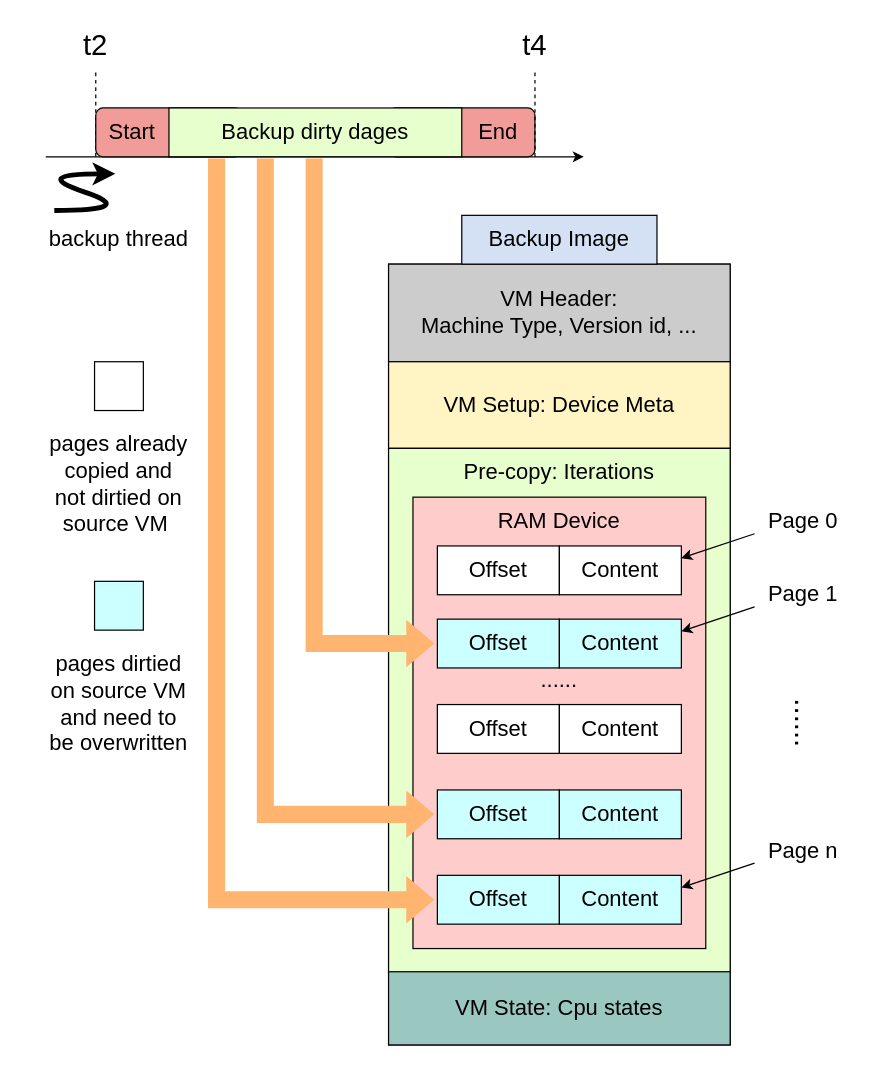
Before: qemu-migration/final/backup img + replay 2.drawio in xuyizhe1999/drawio, a draw.io diagram. Source tidied: cells renumbered, new cells numbered last; positions are measured from the earlier drawing's top-left corner, leaving out a move shared by most shapes. Both pictures are drawn from the tidied source at 122%, with x=0, y=0 at pixel (21, 21).
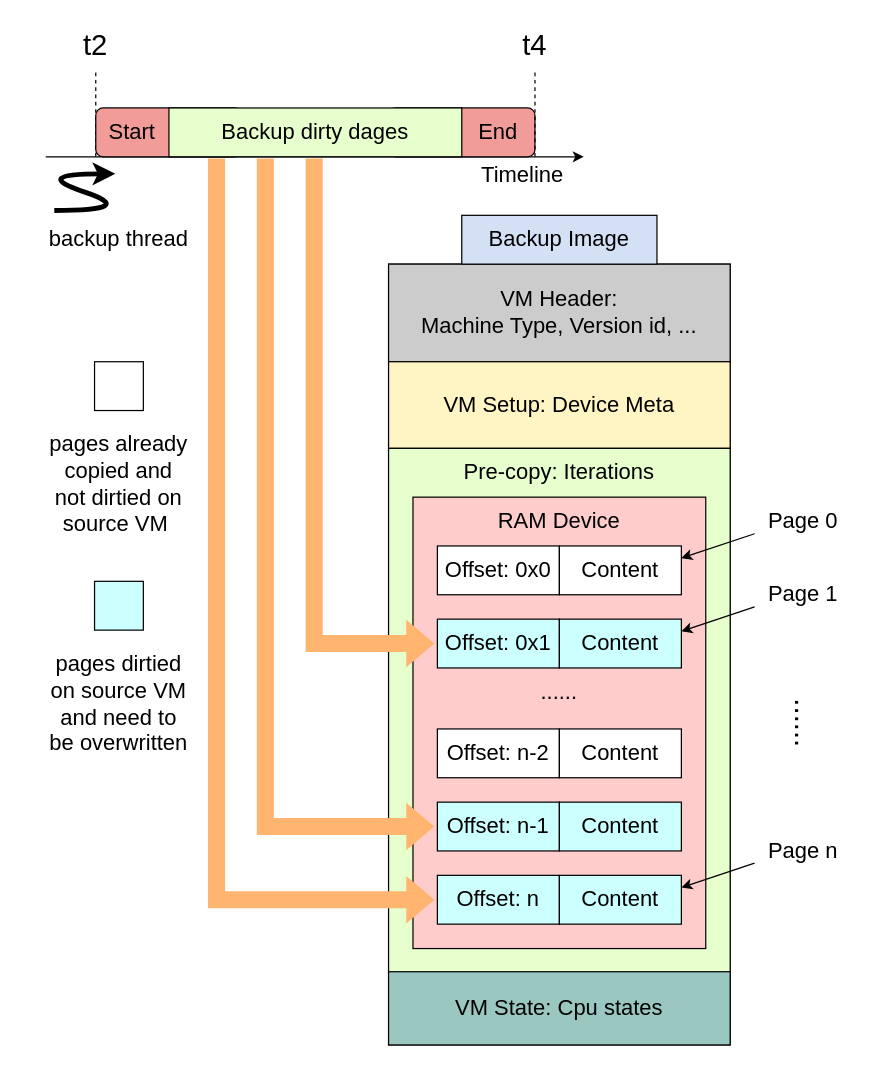
Above is the later version.

What changed in the source:
```diff
@@
-    <mxCell id="8" value="&lt;font style=&quot;font-size: 18px;&quot;&gt;Offset&lt;/font&gt;" style="rounded=0;whiteSpace=wrap;html=1;" parent="1" vertex="1">
+    <mxCell id="8" value="&lt;font style=&quot;font-size: 18px;&quot;&gt;Offset: 0x0&lt;/font&gt;" style="rounded=0;whiteSpace=wrap;html=1;" parent="1" vertex="1">
       <mxGeometry x="341" y="430" width="100" height="40" as="geometry" />
     </mxCell>
@@
-    <mxCell id="11" value="&lt;font style=&quot;font-size: 18px;&quot;&gt;Offset&lt;/font&gt;" style="rounded=0;whiteSpace=wrap;html=1;fillColor=#CCFFFF;" parent="1" vertex="1">
+    <mxCell id="11" value="&lt;font style=&quot;font-size: 18px;&quot;&gt;Offset: 0x1&lt;/font&gt;" style="rounded=0;whiteSpace=wrap;html=1;fillColor=#CCFFFF;" parent="1" vertex="1">
       <mxGeometry x="341" y="490" width="100" height="40" as="geometry" />
     </mxCell>
@@
     <mxCell id="13" value="&lt;font style=&quot;font-size: 18px;&quot;&gt;......&lt;/font&gt;" style="text;html=1;strokeColor=none;fillColor=none;align=center;verticalAlign=middle;whiteSpace=wrap;rounded=0;" parent="1" vertex="1">
-      <mxGeometry x="411" y="530" width="60" height="20" as="geometry" />
+      <mxGeometry x="411" y="540" width="60" height="20" as="geometry" />
     </mxCell>
-    <mxCell id="14" value="&lt;font style=&quot;font-size: 18px;&quot;&gt;Offset&lt;/font&gt;" style="rounded=0;whiteSpace=wrap;html=1;fillColor=#CCFFFF;" parent="1" vertex="1">
+    <mxCell id="14" value="&lt;font style=&quot;font-size: 18px;&quot;&gt;Offset: n&lt;/font&gt;" style="rounded=0;whiteSpace=wrap;html=1;fillColor=#CCFFFF;" parent="1" vertex="1">
       <mxGeometry x="341" y="700" width="100" height="40" as="geometry" />
     </mxCell>
@@
-    <mxCell id="35" value="&lt;font style=&quot;font-size: 18px;&quot;&gt;Offset&lt;/font&gt;" style="rounded=0;whiteSpace=wrap;html=1;" parent="1" vertex="1">
-      <mxGeometry x="341" y="560" width="100" height="40" as="geometry" />
+    <mxCell id="35" value="&lt;font style=&quot;font-size: 18px;&quot;&gt;Offset: n-2&lt;/font&gt;" style="rounded=0;whiteSpace=wrap;html=1;" parent="1" vertex="1">
+      <mxGeometry x="341" y="580" width="100" height="40" as="geometry" />
     </mxCell>
     <mxCell id="36" value="&lt;font style=&quot;font-size: 18px;&quot;&gt;Content&lt;/font&gt;" style="rounded=0;whiteSpace=wrap;html=1;" parent="1" vertex="1">
-      <mxGeometry x="441" y="560" width="100" height="40" as="geometry" />
+      <mxGeometry x="441" y="580" width="100" height="40" as="geometry" />
     </mxCell>
-    <mxCell id="37" value="&lt;font style=&quot;font-size: 18px;&quot;&gt;Offset&lt;/font&gt;" style="rounded=0;whiteSpace=wrap;html=1;fillColor=#CCFFFF;" parent="1" vertex="1">
-      <mxGeometry x="341" y="630" width="100" height="40" as="geometry" />
+    <mxCell id="37" value="&lt;span style=&quot;font-size: 18px;&quot;&gt;Offset: n-1&lt;/span&gt;" style="rounded=0;whiteSpace=wrap;html=1;fillColor=#CCFFFF;" parent="1" vertex="1">
+      <mxGeometry x="341" y="640" width="100" height="40" as="geometry" />
     </mxCell>
     <mxCell id="38" value="&lt;font style=&quot;font-size: 18px;&quot;&gt;Content&lt;/font&gt;" style="rounded=0;whiteSpace=wrap;html=1;fillColor=#CCFFFF;" parent="1" vertex="1">
-      <mxGeometry x="441" y="630" width="100" height="40" as="geometry" />
+      <mxGeometry x="441" y="640" width="100" height="40" as="geometry" />
     </mxCell>
     <mxCell id="39" style="shape=flexArrow;endArrow=classic;html=1;rounded=0;entryX=0;entryY=0.5;entryDx=0;entryDy=0;strokeColor=none;fillColor=#FFB570;strokeWidth=5;" parent="1" edge="1" target="37">
       <mxGeometry relative="1" as="geometry">
         <mxPoint x="200" y="110" as="sourcePoint" />
         <Array as="points">
-          <mxPoint x="200" y="650" />
+          <mxPoint x="200" y="660" />
         </Array>
       </mxGeometry>
     </mxCell>
@@
+    <mxCell id="48" value="Timeline" style="text;html=1;strokeColor=none;fillColor=none;align=center;verticalAlign=middle;whiteSpace=wrap;rounded=0;fontSize=18;" parent="1" vertex="1">
+      <mxGeometry x="361" y="111" width="100" height="30" as="geometry" />
+    </mxCell>
```
